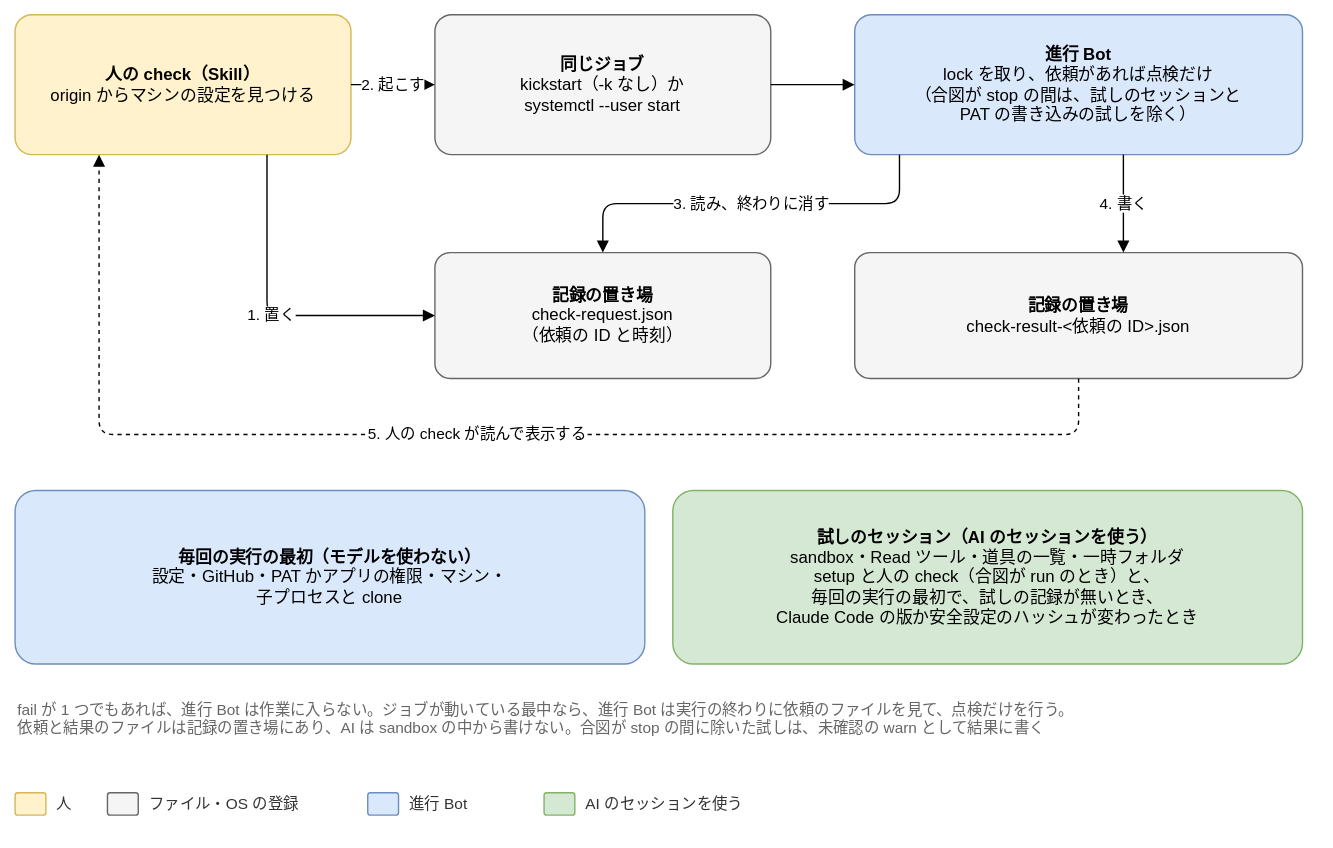
Joymerrevent/dev-autopilot keeps this draw.io diagram as docs/design/basic/diagrams/04-check.drawio.svg. Above is the earlier version. Source tidied: cells renumbered, new cells last; positions are measured from the earlier drawing's top-left corner, leaving out a move shared by most shapes.
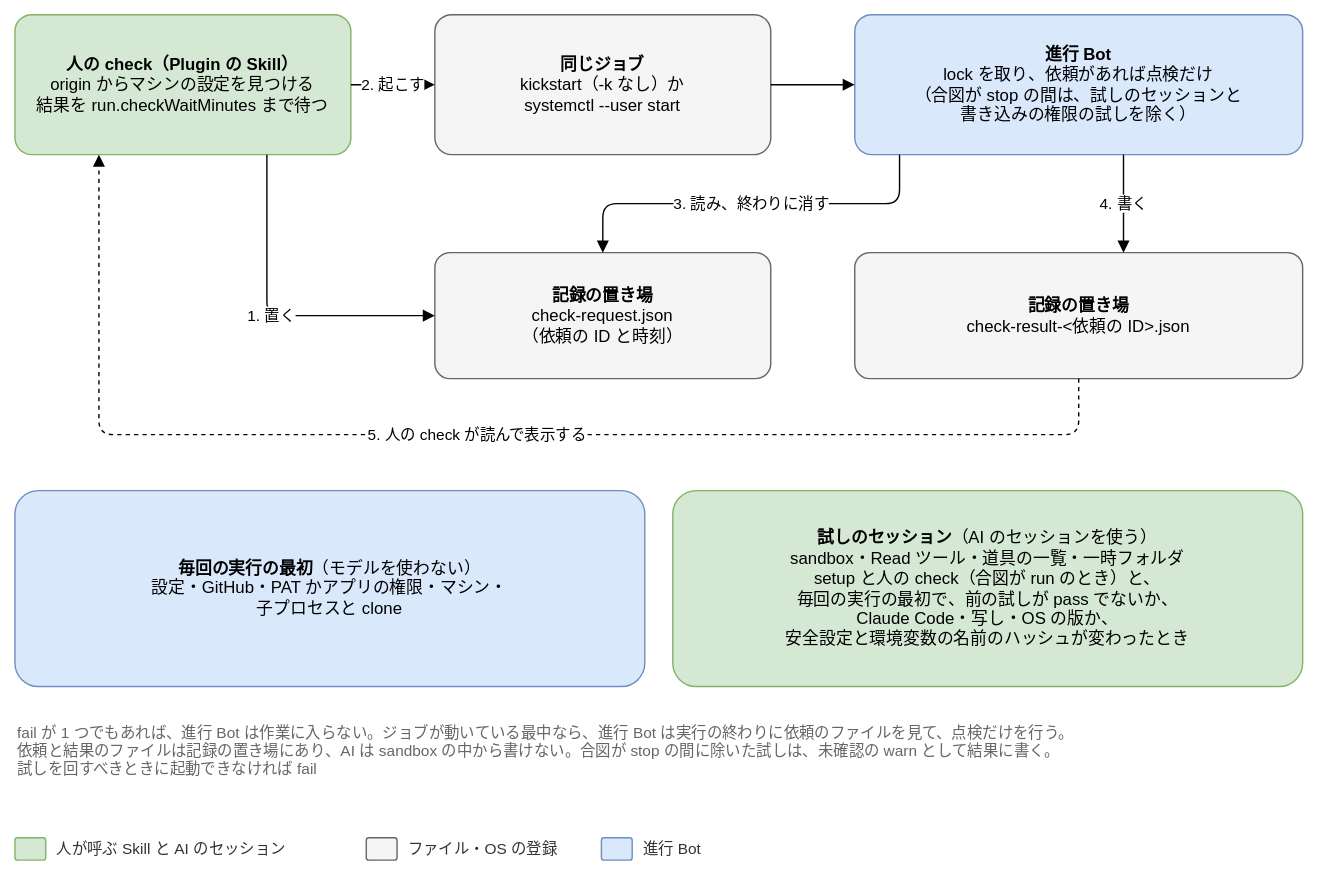
Above is the later version.

Change to the diagram source:
```diff
@@ -2,13 +2,13 @@
   <root>
     <mxCell id="0" />
     <mxCell id="1" parent="0" />
-    <mxCell id="2" value="&lt;b&gt;人の check（Skill）&lt;/b&gt;&lt;br&gt;origin からマシンの設定を見つける" style="rounded=1;whiteSpace=wrap;html=1;fontSize=12;arcSize=12;spacing=12;fillColor=#fff2cc;strokeColor=#d6b656;" parent="1" vertex="1">
+    <mxCell id="2" value="&lt;b&gt;人の check（Plugin の Skill）&lt;/b&gt;&lt;br&gt;origin からマシンの設定を見つける&lt;br&gt;結果を run.checkWaitMinutes まで待つ" style="rounded=1;whiteSpace=wrap;html=1;fontSize=12;arcSize=12;spacing=12;fillColor=#d5e8d4;strokeColor=#82b366;" parent="1" vertex="1">
       <mxGeometry width="240" height="100" as="geometry" />
     </mxCell>
     <mxCell id="3" value="&lt;b&gt;同じジョブ&lt;/b&gt;&lt;br&gt;kickstart（-k なし）か&lt;br&gt;systemctl --user start" style="rounded=1;whiteSpace=wrap;html=1;fontSize=12;arcSize=12;spacing=12;fillColor=#f5f5f5;strokeColor=#666666;" parent="1" vertex="1">
       <mxGeometry x="300" width="240" height="100" as="geometry" />
     </mxCell>
-    <mxCell id="4" value="&lt;b&gt;進行 Bot&lt;/b&gt;&lt;br&gt;lock を取り、依頼があれば点検だけ&lt;br&gt;（合図が stop の間は、試しのセッションと&lt;br&gt;PAT の書き込みの試しを除く）" style="rounded=1;whiteSpace=wrap;html=1;fontSize=12;arcSize=12;spacing=12;fillColor=#dae8fc;strokeColor=#6c8ebf;" parent="1" vertex="1">
+    <mxCell id="4" value="&lt;b&gt;進行 Bot&lt;/b&gt;&lt;br&gt;lock を取り、依頼があれば点検だけ&lt;br&gt;（合図が stop の間は、試しのセッションと&lt;br&gt;書き込みの権限の試しを除く）" style="rounded=1;whiteSpace=wrap;html=1;fontSize=12;arcSize=12;spacing=12;fillColor=#dae8fc;strokeColor=#6c8ebf;" parent="1" vertex="1">
       <mxGeometry x="600" width="320" height="100" as="geometry" />
     </mxCell>
     <mxCell id="5" value="&lt;b&gt;記録の置き場&lt;/b&gt;&lt;br&gt;check-request.json&lt;br&gt;（依頼の ID と時刻）" style="rounded=1;whiteSpace=wrap;html=1;fontSize=12;arcSize=12;spacing=12;fillColor=#f5f5f5;strokeColor=#666666;" parent="1" vertex="1">
@@ -45,38 +45,32 @@
         </Array>
       </mxGeometry>
     </mxCell>
-    <mxCell id="13" value="&lt;b&gt;毎回の実行の最初（モデルを使わない）&lt;/b&gt;&lt;br&gt;設定・GitHub・PAT かアプリの権限・マシン・&lt;br&gt;子プロセスと clone" style="rounded=1;whiteSpace=wrap;html=1;fontSize=12;arcSize=12;spacing=12;fillColor=#dae8fc;strokeColor=#6c8ebf;" parent="1" vertex="1">
-      <mxGeometry y="340" width="450" height="124" as="geometry" />
+    <mxCell id="13" value="&lt;b&gt;毎回の実行の最初&lt;/b&gt;（モデルを使わない）&lt;br&gt;設定・GitHub・PAT かアプリの権限・マシン・&lt;br&gt;子プロセスと clone" style="rounded=1;whiteSpace=wrap;html=1;fontSize=12;arcSize=12;spacing=12;fillColor=#dae8fc;strokeColor=#6c8ebf;" parent="1" vertex="1">
+      <mxGeometry y="340" width="450" height="140" as="geometry" />
     </mxCell>
-    <mxCell id="14" value="&lt;b&gt;試しのセッション（AI のセッションを使う）&lt;/b&gt;&lt;br&gt;sandbox・Read ツール・道具の一覧・一時フォルダ&lt;br&gt;setup と人の check（合図が run のとき）と、&lt;br&gt;毎回の実行の最初で、試しの記録が無いとき、&lt;br&gt;Claude Code の版か安全設定のハッシュが変わったとき" style="rounded=1;whiteSpace=wrap;html=1;fontSize=12;arcSize=12;spacing=12;fillColor=#d5e8d4;strokeColor=#82b366;" parent="1" vertex="1">
-      <mxGeometry x="470" y="340" width="450" height="124" as="geometry" />
+    <mxCell id="14" value="&lt;b&gt;試しのセッション&lt;/b&gt;（AI のセッションを使う）&lt;br&gt;sandbox・Read ツール・道具の一覧・一時フォルダ&lt;br&gt;setup と人の check（合図が run のとき）と、&lt;br&gt;毎回の実行の最初で、前の試しが pass でないか、&lt;br&gt;Claude Code・写し・OS の版か、&lt;br&gt;安全設定と環境変数の名前のハッシュが変わったとき" style="rounded=1;whiteSpace=wrap;html=1;fontSize=12;arcSize=12;spacing=12;fillColor=#d5e8d4;strokeColor=#82b366;" parent="1" vertex="1">
+      <mxGeometry x="470" y="340" width="450" height="140" as="geometry" />
     </mxCell>
-    <mxCell id="15" value="fail が 1 つでもあれば、進行 Bot は作業に入らない。ジョブが動いている最中なら、進行 Bot は実行の終わりに依頼のファイルを見て、点検だけを行う。&lt;br&gt;依頼と結果のファイルは記録の置き場にあり、AI は sandbox の中から書けない。合図が stop の間に除いた試しは、未確認の warn として結果に書く" style="text;html=1;whiteSpace=wrap;align=left;verticalAlign=top;fontSize=11;fontColor=#666666;" parent="1" vertex="1">
-      <mxGeometry y="484" width="920" height="54" as="geometry" />
+    <mxCell id="15" value="fail が 1 つでもあれば、進行 Bot は作業に入らない。ジョブが動いている最中なら、進行 Bot は実行の終わりに依頼のファイルを見て、点検だけを行う。&lt;br&gt;依頼と結果のファイルは記録の置き場にあり、AI は sandbox の中から書けない。合図が stop の間に除いた試しは、未確認の warn として結果に書く。&lt;br&gt;試しを回すべきときに起動できなければ fail" style="text;html=1;whiteSpace=wrap;align=left;verticalAlign=top;fontSize=11;fontColor=#666666;" parent="1" vertex="1">
+      <mxGeometry y="500" width="920" height="70" as="geometry" />
     </mxCell>
-    <mxCell id="16" style="rounded=1;whiteSpace=wrap;html=1;fontSize=12;arcSize=12;spacing=12;fillColor=#fff2cc;strokeColor=#d6b656;" parent="1" vertex="1">
-      <mxGeometry y="556" width="22" height="16" as="geometry" />
+    <mxCell id="16" style="rounded=1;whiteSpace=wrap;html=1;fontSize=12;arcSize=12;spacing=12;fillColor=#d5e8d4;strokeColor=#82b366;" parent="1" vertex="1">
+      <mxGeometry y="588" width="22" height="16" as="geometry" />
     </mxCell>
-    <mxCell id="17" value="人" style="text;html=1;align=left;verticalAlign=middle;fontSize=11;fontColor=#333333;" parent="1" vertex="1">
-      <mxGeometry x="28" y="554" width="22" height="20" as="geometry" />
+    <mxCell id="17" value="人が呼ぶ Skill と AI のセッション" style="text;html=1;align=left;verticalAlign=middle;fontSize=11;fontColor=#333333;" parent="1" vertex="1">
+      <mxGeometry x="28" y="586" width="207" height="20" as="geometry" />
     </mxCell>
     <mxCell id="18" style="rounded=1;whiteSpace=wrap;html=1;fontSize=12;arcSize=12;spacing=12;fillColor=#f5f5f5;strokeColor=#666666;" parent="1" vertex="1">
-      <mxGeometry x="66" y="556" width="22" height="16" as="geometry" />
+      <mxGeometry x="251" y="588" width="22" height="16" as="geometry" />
     </mxCell>
     <mxCell id="19" value="ファイル・OS の登録" style="text;html=1;align=left;verticalAlign=middle;fontSize=11;fontColor=#333333;" parent="1" vertex="1">
-      <mxGeometry x="94" y="554" width="142" height="20" as="geometry" />
+      <mxGeometry x="279" y="586" width="124" height="20" as="geometry" />
     </mxCell>
     <mxCell id="20" style="rounded=1;whiteSpace=wrap;html=1;fontSize=12;arcSize=12;spacing=12;fillColor=#dae8fc;strokeColor=#6c8ebf;" parent="1" vertex="1">
-      <mxGeometry x="252" y="556" width="22" height="16" as="geometry" />
+      <mxGeometry x="419" y="588" width="22" height="16" as="geometry" />
     </mxCell>
     <mxCell id="21" value="進行 Bot" style="text;html=1;align=left;verticalAlign=middle;fontSize=11;fontColor=#333333;" parent="1" vertex="1">
-      <mxGeometry x="280" y="554" width="82" height="20" as="geometry" />
+      <mxGeometry x="447" y="586" width="59" height="20" as="geometry" />
     </mxCell>
-    <mxCell id="22" style="rounded=1;whiteSpace=wrap;html=1;fontSize=12;arcSize=12;spacing=12;fillColor=#d5e8d4;strokeColor=#82b366;" parent="1" vertex="1">
-      <mxGeometry x="378" y="556" width="22" height="16" as="geometry" />
-    </mxCell>
-    <mxCell id="23" value="AI のセッションを使う" style="text;html=1;align=left;verticalAlign=middle;fontSize=11;fontColor=#333333;" parent="1" vertex="1">
-      <mxGeometry x="406" y="554" width="154" height="20" as="geometry" />
-    </mxCell>
   </root>
 </mxGraphModel>
```
